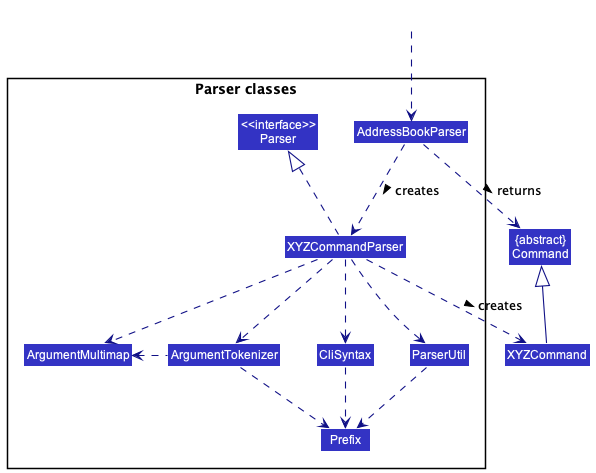
The PlantUML diagram docs/images/ParserClasses.png in nus-cs2103-AY2223S1/tp, before a commit.
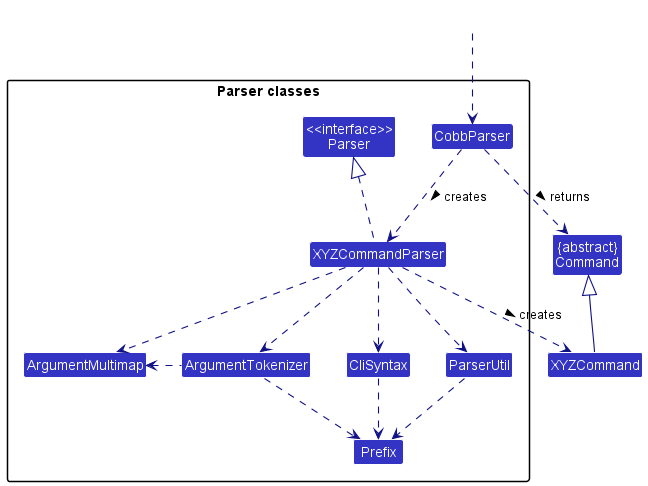
Above is the later version.

The edit, as a diff of the source:
```diff
@@ -9,7 +9,7 @@
 
 package "Parser classes"{
 Class "<<interface>>\nParser" as Parser
-Class AddressBookParser
+Class CobbParser
 Class XYZCommandParser
 Class CliSyntax
 Class ParserUtil
@@ -19,12 +19,12 @@
 }
 
 Class HiddenOutside #FFFFFF
-HiddenOutside ..> AddressBookParser
+HiddenOutside ..> CobbParser
 
-AddressBookParser .down.> XYZCommandParser: creates >
+CobbParser .down.> XYZCommandParser: creates >
 
 XYZCommandParser ..> XYZCommand : creates >
-AddressBookParser ..> Command : returns >
+CobbParser ..> Command : returns >
 XYZCommandParser .up.|> Parser
 XYZCommandParser ..> ArgumentMultimap
 XYZCommandParser ..> ArgumentTokenizer
```
